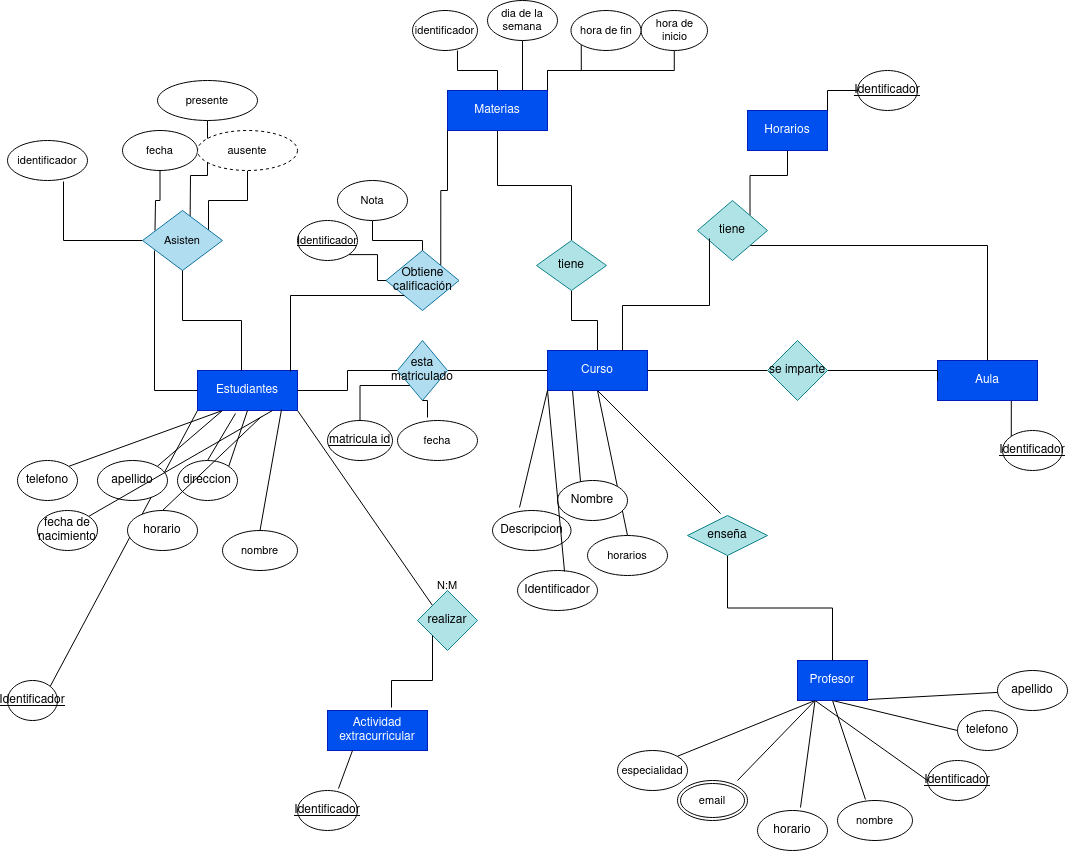
Before: Unidad-1/Tareas/Tareas entregables - Tarea 1/Tarea entregable - 1.drawio.png, a diagram exported from draw.io (CRhernandez1/base-datos). Source tidied: cells renumbered, new cells last; positions are measured from the earlier drawing's top-left corner, leaving out a move shared by most shapes.
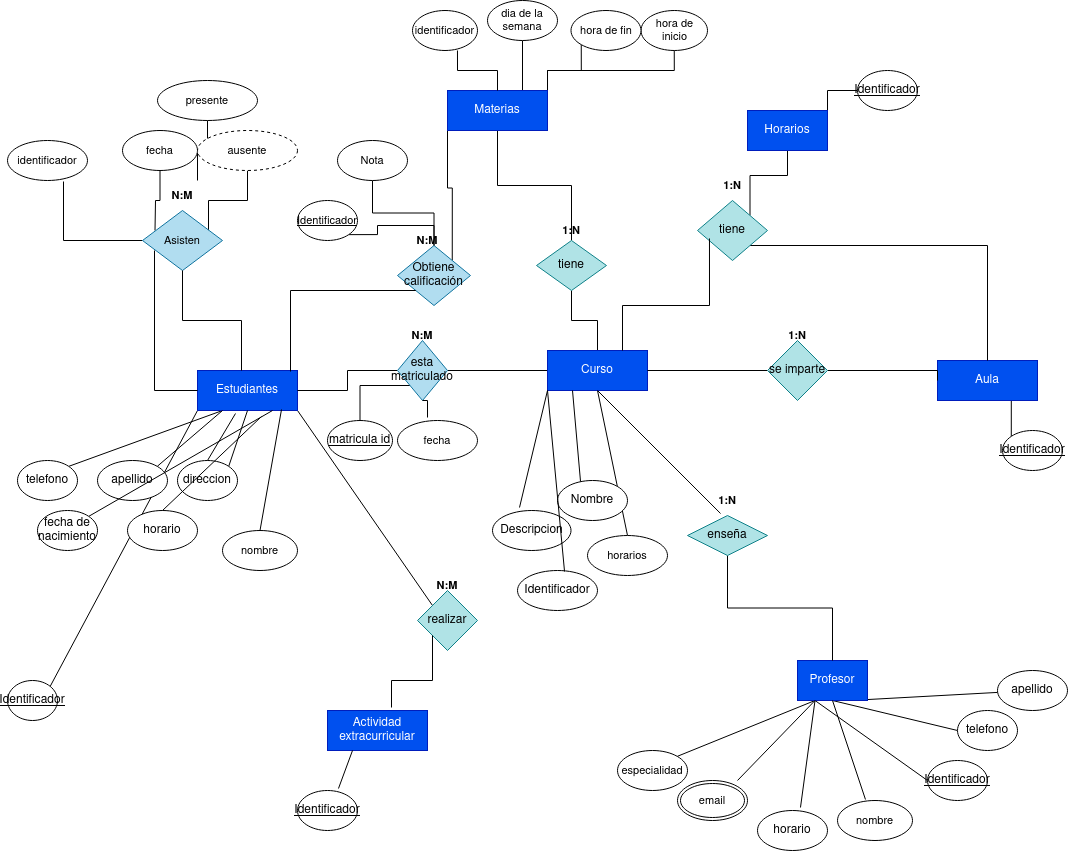
Later version of the same file.

What changed in the source:
```diff
@@ -122,10 +122,8 @@
         <mxPoint x="147.5" y="230" as="sourcePoint" />
       </mxGeometry>
     </mxCell>
-    <mxCell id="40" style="edgeStyle=orthogonalEdgeStyle;shape=connector;rounded=0;jettySize=auto;html=1;exitX=0.75;exitY=0;exitDx=0;exitDy=0;labelBackgroundColor=default;strokeColor=default;align=center;verticalAlign=middle;fontFamily=Helvetica;fontSize=11;fontColor=default;endArrow=none;endFill=0;" parent="1" edge="1" target="83">
-      <mxGeometry relative="1" as="geometry">
-        <mxPoint x="182.5" y="230" as="sourcePoint" />
-      </mxGeometry>
+    <mxCell id="40" style="edgeStyle=orthogonalEdgeStyle;shape=connector;rounded=0;jettySize=auto;html=1;exitX=0.75;exitY=0;exitDx=0;exitDy=0;labelBackgroundColor=default;strokeColor=default;align=center;verticalAlign=middle;fontFamily=Helvetica;fontSize=11;fontColor=default;endArrow=none;endFill=0;" parent="1" edge="1" source="108" target="83">
+      <mxGeometry relative="1" as="geometry" />
     </mxCell>
     <mxCell id="41" style="edgeStyle=orthogonalEdgeStyle;shape=connector;rounded=0;jettySize=auto;html=1;exitX=1;exitY=0;exitDx=0;exitDy=0;labelBackgroundColor=default;strokeColor=default;align=center;verticalAlign=middle;fontFamily=Helvetica;fontSize=11;fontColor=default;endArrow=none;endFill=0;" parent="1" edge="1" target="84">
       <mxGeometry relative="1" as="geometry">
@@ -147,7 +145,7 @@
       <mxGeometry relative="1" as="geometry" />
     </mxCell>
     <mxCell id="45" value="Obtiene calificación" style="shape=rhombus;perimeter=rhombusPerimeter;whiteSpace=wrap;html=1;align=center;fillColor=#b1ddf0;strokeColor=#10739e;" parent="1" vertex="1">
-      <mxGeometry x="378.5" y="250" width="73" height="60" as="geometry" />
+      <mxGeometry x="390" y="245" width="73" height="60" as="geometry" />
     </mxCell>
     <mxCell id="46" style="edgeStyle=orthogonalEdgeStyle;rounded=0;jettySize=auto;html=1;exitX=0;exitY=1;exitDx=0;exitDy=0;entryX=0.93;entryY=0.025;entryDx=0;entryDy=0;entryPerimeter=0;endArrow=none;endFill=0;" parent="1" edge="1" source="45" target="9">
       <mxGeometry relative="1" as="geometry" />
@@ -243,13 +241,13 @@
       <mxGeometry relative="1" as="geometry" />
     </mxCell>
     <mxCell id="77" value="Nota" style="ellipse;whiteSpace=wrap;html=1;align=center;fontFamily=Helvetica;fontSize=11;fontColor=default;" parent="1" vertex="1">
-      <mxGeometry x="330" y="180" width="70" height="40" as="geometry" />
+      <mxGeometry x="330" y="140" width="70" height="40" as="geometry" />
     </mxCell>
     <mxCell id="78" style="edgeStyle=orthogonalEdgeStyle;shape=connector;rounded=0;jettySize=auto;html=1;exitX=1;exitY=1;exitDx=0;exitDy=0;labelBackgroundColor=default;strokeColor=default;align=center;verticalAlign=middle;fontFamily=Helvetica;fontSize=11;fontColor=default;endArrow=none;endFill=0;" parent="1" edge="1" source="79" target="45">
       <mxGeometry relative="1" as="geometry" />
     </mxCell>
     <mxCell id="79" value="&lt;u&gt;Identificador&lt;/u&gt;" style="ellipse;whiteSpace=wrap;html=1;align=center;fontFamily=Helvetica;fontSize=11;fontColor=default;" parent="1" vertex="1">
-      <mxGeometry x="290" y="220" width="60" height="40" as="geometry" />
+      <mxGeometry x="290" y="200" width="60" height="40" as="geometry" />
     </mxCell>
     <mxCell id="80" value="fecha" style="ellipse;whiteSpace=wrap;html=1;align=center;fontFamily=Helvetica;fontSize=11;fontColor=default;" parent="1" vertex="1">
       <mxGeometry x="115" y="130" width="75" height="40" as="geometry" />
@@ -314,8 +312,29 @@
     <mxCell id="100" style="edgeStyle=orthogonalEdgeStyle;shape=connector;rounded=0;jettySize=auto;html=1;exitX=0.5;exitY=1;exitDx=0;exitDy=0;entryX=0.44;entryY=0;entryDx=0;entryDy=0;entryPerimeter=0;labelBackgroundColor=default;strokeColor=default;align=center;verticalAlign=middle;fontFamily=Helvetica;fontSize=11;fontColor=default;endArrow=none;endFill=0;" parent="1" edge="1" source="98" target="9">
       <mxGeometry relative="1" as="geometry" />
     </mxCell>
-    <mxCell id="101" value="N:M" style="text;strokeColor=none;align=center;fillColor=none;html=1;verticalAlign=middle;whiteSpace=wrap;rounded=0;fontSize=11;fontFamily=Helvetica;fontColor=default;" parent="1" vertex="1">
+    <mxCell id="101" value="N:M" style="text;strokeColor=none;align=center;fillColor=none;html=1;verticalAlign=middle;whiteSpace=wrap;rounded=0;fontSize=11;fontFamily=Helvetica;fontColor=default;fontStyle=1;" parent="1" vertex="1">
       <mxGeometry x="410" y="570" width="60" height="30" as="geometry" />
     </mxCell>
+    <mxCell id="102" value="1:N" style="text;strokeColor=none;align=center;fillColor=none;html=1;verticalAlign=middle;whiteSpace=wrap;rounded=0;fontSize=11;fontFamily=Helvetica;fontColor=default;fontStyle=1;" parent="1" vertex="1">
+      <mxGeometry x="690" y="485" width="60" height="30" as="geometry" />
+    </mxCell>
+    <mxCell id="103" value="1:N" style="text;strokeColor=none;align=center;fillColor=none;html=1;verticalAlign=middle;whiteSpace=wrap;rounded=0;fontSize=11;fontFamily=Helvetica;fontColor=default;fontStyle=1;" parent="1" vertex="1">
+      <mxGeometry x="760" y="320" width="60" height="30" as="geometry" />
+    </mxCell>
+    <mxCell id="104" value="N:M" style="text;strokeColor=none;align=center;fillColor=none;html=1;verticalAlign=middle;whiteSpace=wrap;rounded=0;fontSize=11;fontFamily=Helvetica;fontColor=default;fontStyle=1;" parent="1" vertex="1">
+      <mxGeometry x="385" y="320" width="60" height="30" as="geometry" />
+    </mxCell>
+    <mxCell id="105" value="N:M" style="text;strokeColor=none;align=center;fillColor=none;html=1;verticalAlign=middle;whiteSpace=wrap;rounded=0;fontSize=11;fontFamily=Helvetica;fontColor=default;fontStyle=1;" parent="1" vertex="1">
+      <mxGeometry x="390" y="225" width="60" height="30" as="geometry" />
+    </mxCell>
+    <mxCell id="106" value="1:N" style="text;strokeColor=none;align=center;fillColor=none;html=1;verticalAlign=middle;whiteSpace=wrap;rounded=0;fontSize=11;fontFamily=Helvetica;fontColor=default;fontStyle=1;" parent="1" vertex="1">
+      <mxGeometry x="534" y="215" width="60" height="30" as="geometry" />
+    </mxCell>
+    <mxCell id="107" value="1:N" style="text;strokeColor=none;align=center;fillColor=none;html=1;verticalAlign=middle;whiteSpace=wrap;rounded=0;fontSize=11;fontFamily=Helvetica;fontColor=default;fontStyle=1;" parent="1" vertex="1">
+      <mxGeometry x="695" y="170" width="60" height="30" as="geometry" />
+    </mxCell>
+    <mxCell id="108" value="N:M" style="text;strokeColor=none;align=center;fillColor=none;html=1;verticalAlign=middle;whiteSpace=wrap;rounded=0;fontSize=11;fontFamily=Helvetica;fontColor=default;fontStyle=1;" parent="1" vertex="1">
+      <mxGeometry x="145" y="180" width="60" height="30" as="geometry" />
+    </mxCell>
   </root>
 </mxGraphModel>
```
